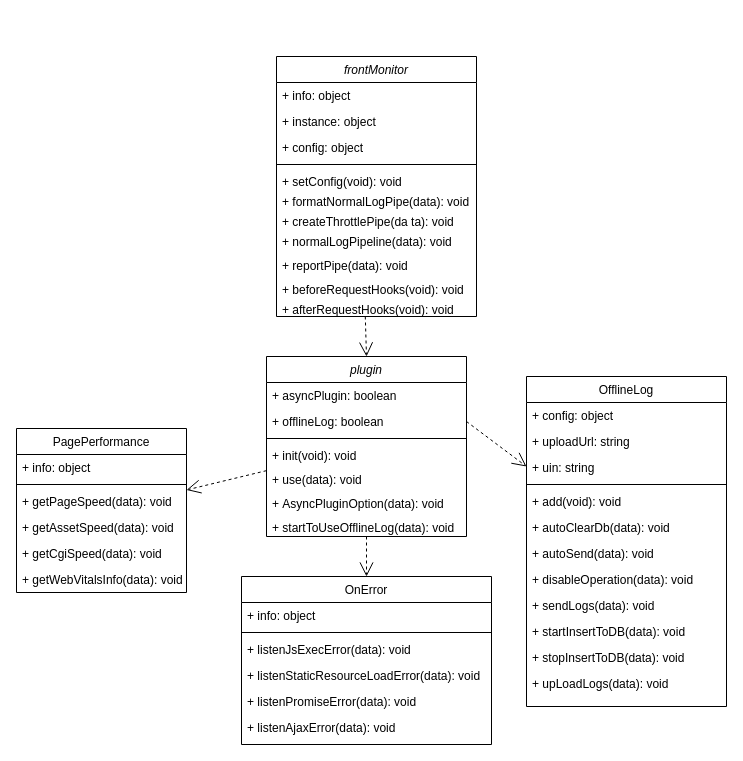
This is 前端监控类图.drawio from FelixTt/repositoryForDraw.io, a draw.io file, before an edit. Source tidied: cells renumbered, new cells numbered last; positions are measured from the earlier drawing's top-left corner, leaving out a move shared by most shapes. Both pictures are drawn from the tidied source at 100%, with x=0, y=0 at pixel (16, 56).
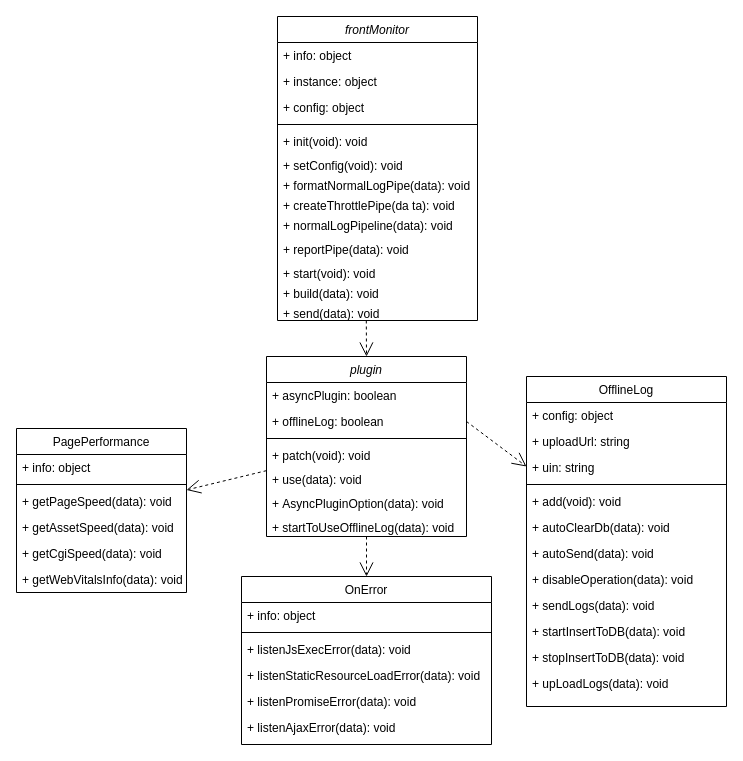
The same page after the edit.

Commit message:
更新前端监控类图.drawio

Unchanged cells that the change refers to:
```xml
<mxCell id="29" value="plugin" style="swimlane;fontStyle=2;align=center;verticalAlign=top;horizontal=1;startSize=26;rounded=0;shadow=0;strokeWidth=1;" parent="1" vertex="1">
  <mxGeometry x="250" y="300" width="200" height="180" as="geometry" />
</mxCell>
```

Diff of the diagram source:
```diff
@@
-    <mxCell id="33" value="+ init(void): void" style="text;align=left;verticalAlign=top;spacingLeft=4;spacingRight=4;overflow=hidden;" parent="29" vertex="1">
+    <mxCell id="33" value="+ patch(void): void" style="text;align=left;verticalAlign=top;spacingLeft=4;spacingRight=4;overflow=hidden;" parent="29" vertex="1">
       <mxGeometry y="86" width="200" height="24" as="geometry" />
     </mxCell>
@@
     <mxCell id="40" value="frontMonitor" style="swimlane;fontStyle=2;align=center;verticalAlign=top;horizontal=1;startSize=26;rounded=0;shadow=0;strokeWidth=1;" parent="1" vertex="1">
-      <mxGeometry x="260" width="200" height="260" as="geometry" />
+      <mxGeometry x="261" y="-40" width="200" height="304" as="geometry" />
     </mxCell>
@@
+    <mxCell id="53" value="+ init(void): void" style="text;align=left;verticalAlign=top;spacingLeft=4;spacingRight=4;overflow=hidden;" parent="40" vertex="1">
+      <mxGeometry y="112" width="200" height="24" as="geometry" />
+    </mxCell>
     <mxCell id="45" value="+ setConfig(void): void" style="text;align=left;verticalAlign=top;spacingLeft=4;spacingRight=4;overflow=hidden;" parent="40" vertex="1">
-      <mxGeometry y="112" width="200" height="20" as="geometry" />
+      <mxGeometry y="136" width="200" height="20" as="geometry" />
     </mxCell>
     <mxCell id="46" value="+ formatNormalLogPipe(data): void" style="text;align=left;verticalAlign=top;spacingLeft=4;spacingRight=4;overflow=hidden;" parent="40" vertex="1">
-      <mxGeometry y="132" width="200" height="20" as="geometry" />
+      <mxGeometry y="156" width="200" height="20" as="geometry" />
     </mxCell>
     <mxCell id="47" value="+ createThrottlePipe(da ta): void" style="text;align=left;verticalAlign=top;spacingLeft=4;spacingRight=4;overflow=hidden;" parent="40" vertex="1">
-      <mxGeometry y="152" width="200" height="20" as="geometry" />
+      <mxGeometry y="176" width="200" height="20" as="geometry" />
     </mxCell>
     <mxCell id="48" value="+ normalLogPipeline(data): void" style="text;align=left;verticalAlign=top;spacingLeft=4;spacingRight=4;overflow=hidden;" parent="40" vertex="1">
-      <mxGeometry y="172" width="200" height="24" as="geometry" />
+      <mxGeometry y="196" width="200" height="24" as="geometry" />
     </mxCell>
     <mxCell id="49" value="+ reportPipe(data): void" style="text;align=left;verticalAlign=top;spacingLeft=4;spacingRight=4;overflow=hidden;" parent="40" vertex="1">
-      <mxGeometry y="196" width="200" height="24" as="geometry" />
+      <mxGeometry y="220" width="200" height="24" as="geometry" />
     </mxCell>
+    <mxCell id="54" value="+ start(void): void" style="text;align=left;verticalAlign=top;spacingLeft=4;spacingRight=4;overflow=hidden;" parent="40" vertex="1">
+      <mxGeometry y="244" width="200" height="20" as="geometry" />
+    </mxCell>
-    <mxCell id="50" value="+ beforeRequestHooks(void): void" style="text;align=left;verticalAlign=top;spacingLeft=4;spacingRight=4;overflow=hidden;" parent="40" vertex="1">
-      <mxGeometry y="220" width="200" height="20" as="geometry" />
+    <mxCell id="50" value="+ build(data): void" style="text;align=left;verticalAlign=top;spacingLeft=4;spacingRight=4;overflow=hidden;" parent="40" vertex="1">
+      <mxGeometry y="264" width="200" height="20" as="geometry" />
     </mxCell>
-    <mxCell id="51" value="+ afterRequestHooks(void): void" style="text;align=left;verticalAlign=top;spacingLeft=4;spacingRight=4;overflow=hidden;points=[[0,0.5],[1,0.5]];portConstraint=eastwest;" parent="40" vertex="1">
-      <mxGeometry y="240" width="200" height="20" as="geometry" />
+    <mxCell id="51" value="+ send(data): void" style="text;align=left;verticalAlign=top;spacingLeft=4;spacingRight=4;overflow=hidden;points=[[0,0.5],[1,0.5]];portConstraint=eastwest;" parent="40" vertex="1">
+      <mxGeometry y="284" width="200" height="20" as="geometry" />
     </mxCell>
```
